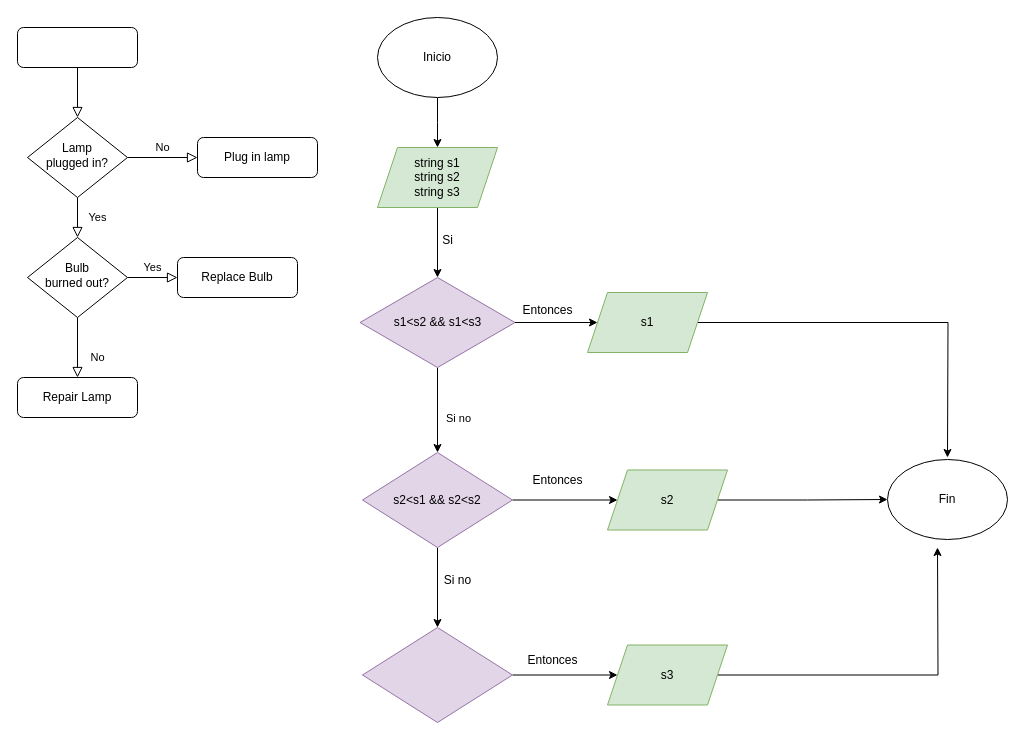
Earlier version of the draw.io diagram Diagrama sin título.drawio (Dakotaflores/Diagramasdeflujo). Source tidied: cells renumbered, new cells numbered last; positions are measured from the earlier drawing's top-left corner, leaving out a move shared by most shapes. Both pictures are drawn from the tidied source at 100%, with x=0, y=0 at pixel (17, 17).
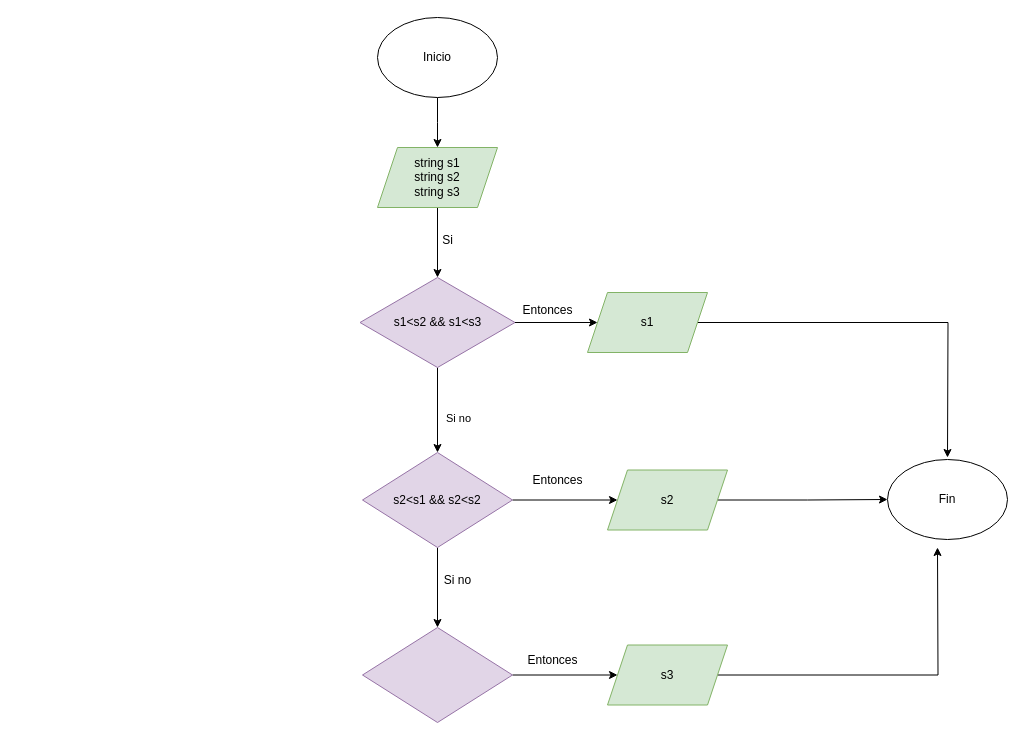
After the change.

Commit message:
actual diagraam1

Diff of the diagram source:
```diff
@@
-    <mxCell id="2" style="rounded=0;html=1;jettySize=auto;fontSize=11;endArrow=block;endFill=0;endSize=8;strokeWidth=1;shadow=0;labelBackgroundColor=none;edgeStyle=orthogonalEdgeStyle;" parent="1" edge="1" source="3" target="6">
-      <mxGeometry relative="1" as="geometry" />
-    </mxCell>
-    <mxCell id="3" style="rounded=1;whiteSpace=wrap;html=1;fontSize=12;glass=0;strokeWidth=1;shadow=0;" parent="1" vertex="1">
-      <mxGeometry y="10" width="120" height="40" as="geometry" />
-    </mxCell>
-    <mxCell id="4" value="Yes" style="rounded=0;html=1;jettySize=auto;fontSize=11;endArrow=block;endFill=0;endSize=8;strokeWidth=1;shadow=0;labelBackgroundColor=none;edgeStyle=orthogonalEdgeStyle;" parent="1" edge="1" source="6" target="10">
-      <mxGeometry y="20" relative="1" as="geometry" />
-    </mxCell>
-    <mxCell id="5" value="No" style="edgeStyle=orthogonalEdgeStyle;rounded=0;html=1;jettySize=auto;fontSize=11;endArrow=block;endFill=0;endSize=8;strokeWidth=1;shadow=0;labelBackgroundColor=none;" parent="1" edge="1" source="6" target="7">
-      <mxGeometry y="10" relative="1" as="geometry" />
-    </mxCell>
-    <mxCell id="6" value="Lamp&lt;br&gt;plugged in?" style="rhombus;whiteSpace=wrap;html=1;shadow=0;fontFamily=Helvetica;fontSize=12;align=center;strokeWidth=1;spacing=6;spacingTop=-4;" parent="1" vertex="1">
-      <mxGeometry x="10" y="100" width="100" height="80" as="geometry" />
-    </mxCell>
-    <mxCell id="7" value="Plug in lamp" style="rounded=1;whiteSpace=wrap;html=1;fontSize=12;glass=0;strokeWidth=1;shadow=0;" parent="1" vertex="1">
-      <mxGeometry x="180" y="120" width="120" height="40" as="geometry" />
-    </mxCell>
-    <mxCell id="8" value="No" style="rounded=0;html=1;jettySize=auto;fontSize=11;endArrow=block;endFill=0;endSize=8;strokeWidth=1;shadow=0;labelBackgroundColor=none;edgeStyle=orthogonalEdgeStyle;" parent="1" edge="1" source="10" target="11">
-      <mxGeometry x="0.33" y="20" relative="1" as="geometry" />
-    </mxCell>
-    <mxCell id="9" value="Yes" style="edgeStyle=orthogonalEdgeStyle;rounded=0;html=1;jettySize=auto;fontSize=11;endArrow=block;endFill=0;endSize=8;strokeWidth=1;shadow=0;labelBackgroundColor=none;" parent="1" edge="1" source="10" target="12">
-      <mxGeometry y="10" relative="1" as="geometry" />
-    </mxCell>
-    <mxCell id="10" value="Bulb&lt;br&gt;burned out?" style="rhombus;whiteSpace=wrap;html=1;shadow=0;fontFamily=Helvetica;fontSize=12;align=center;strokeWidth=1;spacing=6;spacingTop=-4;" parent="1" vertex="1">
-      <mxGeometry x="10" y="220" width="100" height="80" as="geometry" />
-    </mxCell>
-    <mxCell id="11" value="Repair Lamp" style="rounded=1;whiteSpace=wrap;html=1;fontSize=12;glass=0;strokeWidth=1;shadow=0;" parent="1" vertex="1">
-      <mxGeometry y="360" width="120" height="40" as="geometry" />
-    </mxCell>
-    <mxCell id="12" value="Replace Bulb" style="rounded=1;whiteSpace=wrap;html=1;fontSize=12;glass=0;strokeWidth=1;shadow=0;" parent="1" vertex="1">
-      <mxGeometry x="160" y="240" width="120" height="40" as="geometry" />
-    </mxCell>
```
